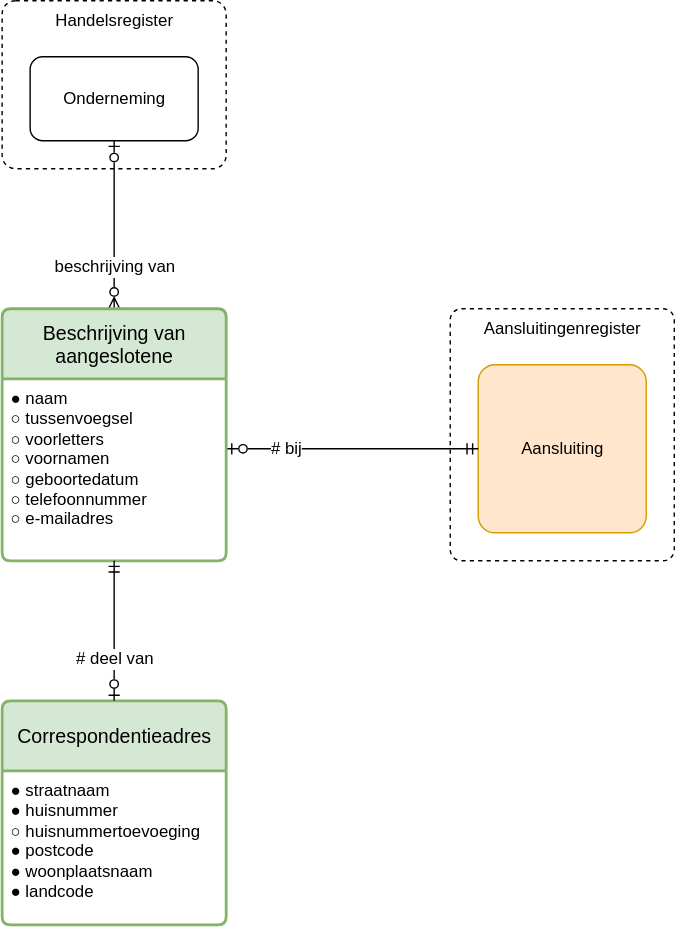
The draw.io diagram model.drawio.svg in Netbeheer-Nederland/im-aangeslotenenregister, before a commit. Source tidied: cells renumbered, new cells last; positions are measured from the earlier drawing's top-left corner, leaving out a move shared by most shapes.
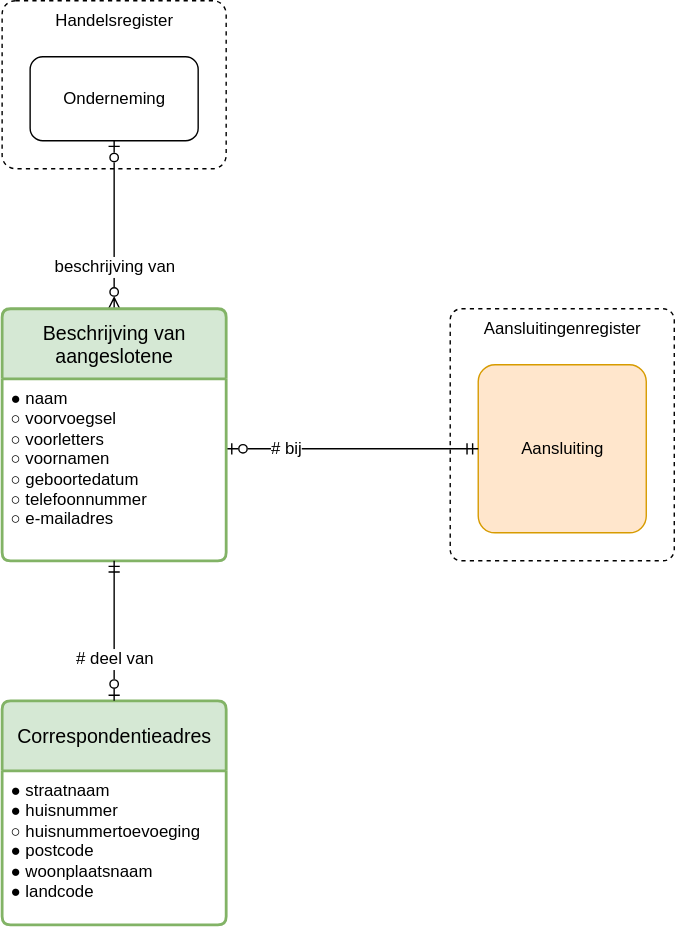
After the change.

Change to the diagram source:
```diff
@@ -23,7 +23,7 @@
     <mxCell id="8" value="&lt;div&gt;&lt;span style=&quot;background-color: transparent; color: light-dark(rgb(0, 0, 0), rgb(255, 255, 255));&quot;&gt;Beschrijving van aangeslotene&lt;/span&gt;&lt;/div&gt;" style="swimlane;horizontal=1;startSize=50;rounded=1;fontSize=14;fontStyle=0;strokeWidth=2;shadow=0;dashed=0;align=center;arcSize=4;whiteSpace=wrap;html=1;fillColor=#d5e8d4;strokeColor=#82b366;" parent="1" vertex="1">
       <mxGeometry y="220" width="160" height="180" as="geometry" />
     </mxCell>
-    <mxCell id="9" value="&lt;div&gt;● naam&lt;/div&gt;○ tussenvoegsel&lt;div&gt;○ voorletters&lt;/div&gt;&lt;div&gt;○ voornamen&lt;/div&gt;&lt;div&gt;○ geboortedatum&lt;/div&gt;&lt;div&gt;&lt;span style=&quot;background-color: transparent; color: light-dark(rgb(0, 0, 0), rgb(255, 255, 255));&quot;&gt;○ telefoonnummer&lt;/span&gt;&lt;/div&gt;&lt;div&gt;&lt;div&gt;○ e-mailadres&lt;/div&gt;&lt;/div&gt;" style="align=left;strokeColor=none;fillColor=none;spacingLeft=4;spacingRight=4;fontSize=12;verticalAlign=top;html=1;whiteSpace=wrap;" parent="8" vertex="1">
+    <mxCell id="9" value="&lt;div&gt;● naam&lt;/div&gt;○ voorvoegsel&lt;div&gt;○ voorletters&lt;/div&gt;&lt;div&gt;○ voornamen&lt;/div&gt;&lt;div&gt;○ geboortedatum&lt;/div&gt;&lt;div&gt;&lt;span style=&quot;background-color: transparent; color: light-dark(rgb(0, 0, 0), rgb(255, 255, 255));&quot;&gt;○ telefoonnummer&lt;/span&gt;&lt;/div&gt;&lt;div&gt;&lt;div&gt;○ e-mailadres&lt;/div&gt;&lt;/div&gt;" style="align=left;strokeColor=none;fillColor=none;spacingLeft=4;spacingRight=4;fontSize=12;verticalAlign=top;html=1;whiteSpace=wrap;" parent="8" vertex="1">
       <mxGeometry y="50" width="160" height="130" as="geometry" />
     </mxCell>
     <mxCell id="10" value="&lt;div&gt;Correspondentieadres&lt;/div&gt;" style="swimlane;horizontal=1;startSize=50;rounded=1;fontSize=14;fontStyle=0;strokeWidth=2;shadow=0;dashed=0;align=center;arcSize=4;whiteSpace=wrap;html=1;fillColor=#d5e8d4;strokeColor=#82b366;" parent="1" vertex="1">
```
